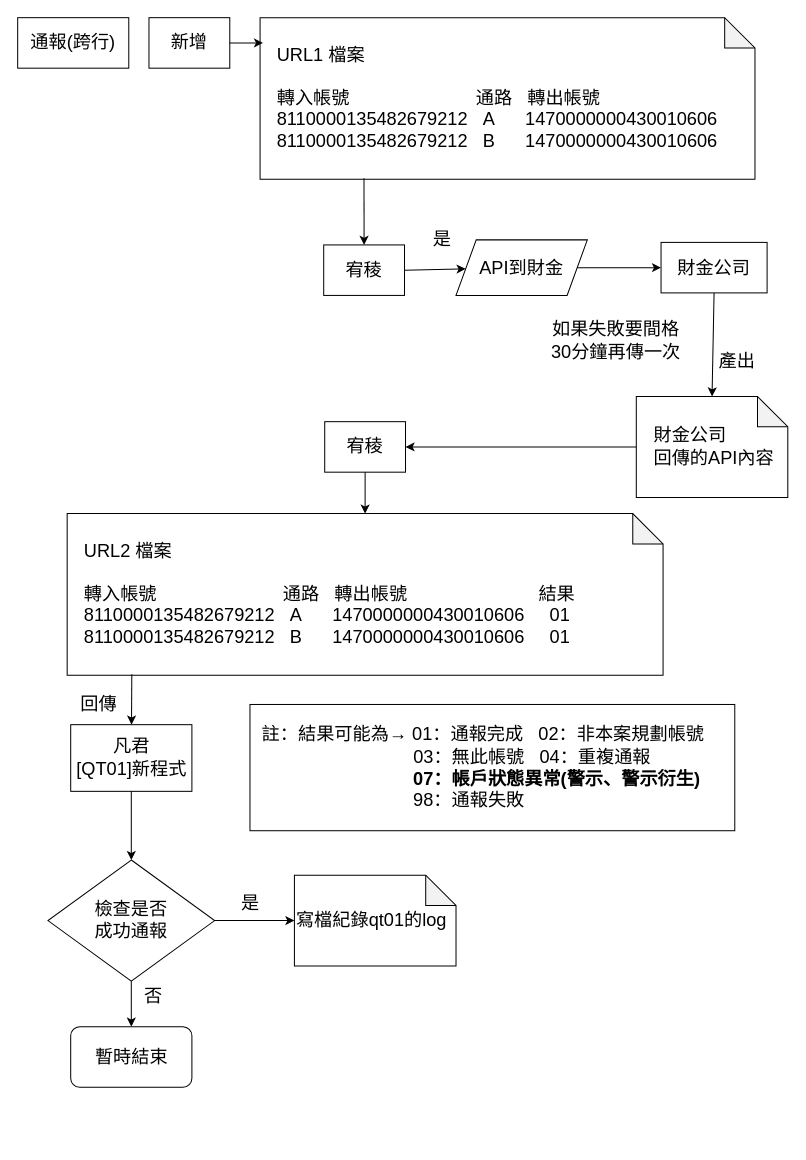
This is page "通報(跨行)" (4 of 6) of 約轉灰名單架構.drawio from yeahyeah0606/yeahyeah0606.github.io, a draw.io file, before an edit. Source tidied: cells renumbered, new cells numbered last; positions are measured from the earlier drawing's top-left corner, leaving out a move shared by most shapes. Both pictures are drawn from the tidied source at 101%, with x=0, y=0 at pixel (17, 17).
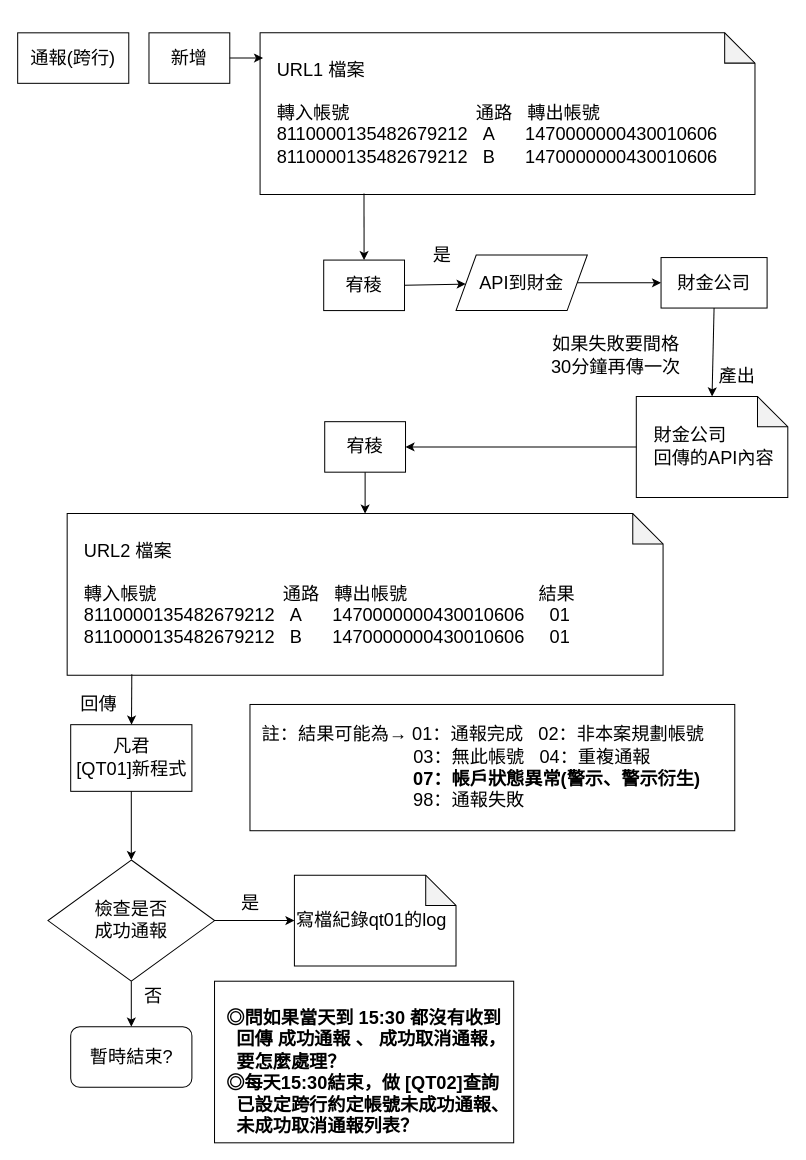
The same page after the edit.

Diff of the diagram source:
```diff
@@
     <mxCell id="2" value="&lt;font style=&quot;font-size: 18px;&quot;&gt;通報(跨行)&lt;/font&gt;" style="rounded=0;whiteSpace=wrap;html=1;" parent="1" vertex="1">
-      <mxGeometry width="110" height="50" as="geometry" />
+      <mxGeometry y="15" width="110" height="50" as="geometry" />
     </mxCell>
     <mxCell id="3" value="&lt;font style=&quot;font-size: 18px;&quot;&gt;新增&lt;/font&gt;" style="rounded=0;whiteSpace=wrap;html=1;" parent="1" vertex="1">
-      <mxGeometry x="130" width="80" height="50" as="geometry" />
+      <mxGeometry x="130" y="15" width="80" height="50" as="geometry" />
     </mxCell>
     <mxCell id="4" value="&lt;font style=&quot;font-size: 18px;&quot;&gt;&amp;nbsp; &amp;nbsp;URL1 檔案&lt;br&gt;&lt;br&gt;&amp;nbsp; &amp;nbsp;轉入帳號&amp;nbsp; &amp;nbsp; &amp;nbsp; &amp;nbsp; &amp;nbsp; &amp;nbsp; &amp;nbsp; &amp;nbsp; &amp;nbsp; &amp;nbsp; &amp;nbsp; &amp;nbsp; &amp;nbsp;通路&amp;nbsp; &amp;nbsp;轉出帳號&lt;br&gt;&amp;nbsp; &amp;nbsp;8110000135482679212&amp;nbsp;&amp;nbsp;&amp;nbsp;&lt;/font&gt;&lt;font style=&quot;font-size: 18px;&quot;&gt;A&amp;nbsp; &amp;nbsp; &amp;nbsp;&amp;nbsp;&lt;/font&gt;&lt;font style=&quot;font-size: 18px;&quot;&gt;1470000000430010606&lt;br&gt;&lt;font style=&quot;border-color: var(--border-color);&quot;&gt;&amp;nbsp; &amp;nbsp;8110000135482679212&amp;nbsp; &amp;nbsp;B&lt;/font&gt;&lt;font style=&quot;border-color: var(--border-color);&quot;&gt;&amp;nbsp; &amp;nbsp; &amp;nbsp;&amp;nbsp;&lt;/font&gt;&lt;font style=&quot;border-color: var(--border-color);&quot;&gt;1470000000430010606&lt;/font&gt;&lt;br&gt;&lt;/font&gt;" style="shape=note;whiteSpace=wrap;html=1;backgroundOutline=1;darkOpacity=0.05;align=left;" parent="1" vertex="1">
-      <mxGeometry x="240" width="490" height="160" as="geometry" />
+      <mxGeometry x="240" y="15" width="490" height="160" as="geometry" />
     </mxCell>
     <mxCell id="5" value="&lt;font style=&quot;font-size: 18px;&quot;&gt;宥稜&lt;/font&gt;" style="rounded=0;whiteSpace=wrap;html=1;" parent="1" vertex="1">
-      <mxGeometry x="303" y="225" width="80" height="50" as="geometry" />
+      <mxGeometry x="303" y="240" width="80" height="50" as="geometry" />
     </mxCell>
     <mxCell id="6" value="&lt;span style=&quot;font-size: 18px;&quot;&gt;API到財金&lt;/span&gt;" style="shape=parallelogram;perimeter=parallelogramPerimeter;whiteSpace=wrap;html=1;fixedSize=1;" parent="1" vertex="1">
-      <mxGeometry x="434" y="220" width="130" height="55" as="geometry" />
+      <mxGeometry x="434" y="235" width="130" height="55" as="geometry" />
     </mxCell>
@@
     <mxCell id="8" value="&lt;font style=&quot;font-size: 18px;&quot;&gt;財金公司&lt;/font&gt;" style="rounded=0;whiteSpace=wrap;html=1;" parent="1" vertex="1">
-      <mxGeometry x="637" y="222.5" width="105" height="50" as="geometry" />
+      <mxGeometry x="637" y="237.5" width="105" height="50" as="geometry" />
     </mxCell>
     <mxCell id="9" value="&lt;font style=&quot;font-size: 18px;&quot;&gt;如果失敗要間格&lt;br&gt;30分鐘再傳一次&lt;/font&gt;" style="text;html=1;align=center;verticalAlign=middle;strokeColor=none;fillColor=none;" parent="1" vertex="1">
-      <mxGeometry x="517" y="290" width="150" height="60" as="geometry" />
+      <mxGeometry x="517" y="305" width="150" height="60" as="geometry" />
     </mxCell>
@@
     <mxCell id="11" value="&lt;font style=&quot;font-size: 18px;&quot;&gt;產出&lt;/font&gt;" style="text;html=1;align=center;verticalAlign=middle;strokeColor=none;fillColor=none;" parent="1" vertex="1">
-      <mxGeometry x="682" y="320" width="60" height="40" as="geometry" />
+      <mxGeometry x="682" y="335" width="60" height="40" as="geometry" />
     </mxCell>
@@
     <mxCell id="22" value="&lt;font style=&quot;font-size: 18px;&quot;&gt;是&lt;/font&gt;" style="text;html=1;align=center;verticalAlign=middle;strokeColor=none;fillColor=none;" parent="1" vertex="1">
-      <mxGeometry x="400" y="200" width="40" height="40" as="geometry" />
+      <mxGeometry x="400" y="215" width="40" height="40" as="geometry" />
     </mxCell>
@@
-    <mxCell id="26" value="&lt;font style=&quot;font-size: 18px;&quot;&gt;暫時結束&lt;/font&gt;" style="rounded=1;whiteSpace=wrap;html=1;" parent="1" vertex="1">
+    <mxCell id="26" value="&lt;font style=&quot;font-size: 18px;&quot;&gt;暫時結束?&lt;/font&gt;" style="rounded=1;whiteSpace=wrap;html=1;" parent="1" vertex="1">
       <mxGeometry x="52.5" y="999" width="120" height="60" as="geometry" />
     </mxCell>
@@
+    <mxCell id="33" value="&lt;font style=&quot;&quot;&gt;&lt;font style=&quot;font-weight: bold; font-size: 18px;&quot;&gt;&lt;br&gt;&amp;nbsp; &lt;b style=&quot;border-color: var(--border-color);&quot;&gt;◎&lt;/b&gt;&lt;/font&gt;&lt;b&gt;&lt;font style=&quot;font-size: 18px;&quot;&gt;&lt;font style=&quot;&quot;&gt;問如果當&lt;/font&gt;&lt;span style=&quot;background-color: initial;&quot;&gt;天到 15:30 都沒有收到&amp;nbsp; &lt;br&gt;&amp;nbsp; &amp;nbsp; 回傳 成功通報 、 成功取消通報，&lt;br&gt;&amp;nbsp; &amp;nbsp; 要怎麼處理？&lt;br&gt;&lt;/span&gt;&lt;/font&gt;&lt;/b&gt;&lt;font style=&quot;font-size: 18px;&quot;&gt;&lt;b&gt;&amp;nbsp; ◎每&lt;font style=&quot;&quot;&gt;天&lt;/font&gt;&lt;/b&gt;&lt;/font&gt;&lt;font style=&quot;font-size: 18px;&quot;&gt;&lt;b&gt;15:30結束，做 [QT02]查詢&lt;br style=&quot;border-color: var(--border-color);&quot;&gt;&amp;nbsp; &amp;nbsp; 已設定跨行約定帳號未成功通報、&lt;br style=&quot;border-color: var(--border-color);&quot;&gt;&amp;nbsp; &amp;nbsp; 未成功取消通報列表？&lt;/b&gt;&lt;/font&gt;&lt;b&gt;&lt;font style=&quot;font-size: 18px;&quot;&gt;&lt;br&gt;&lt;/font&gt;&lt;/b&gt;&lt;/font&gt;" style="rounded=0;whiteSpace=wrap;html=1;align=left;" parent="1" vertex="1">
+      <mxGeometry x="194.9" y="954" width="296.2" height="160" as="geometry" />
+    </mxCell>
```
